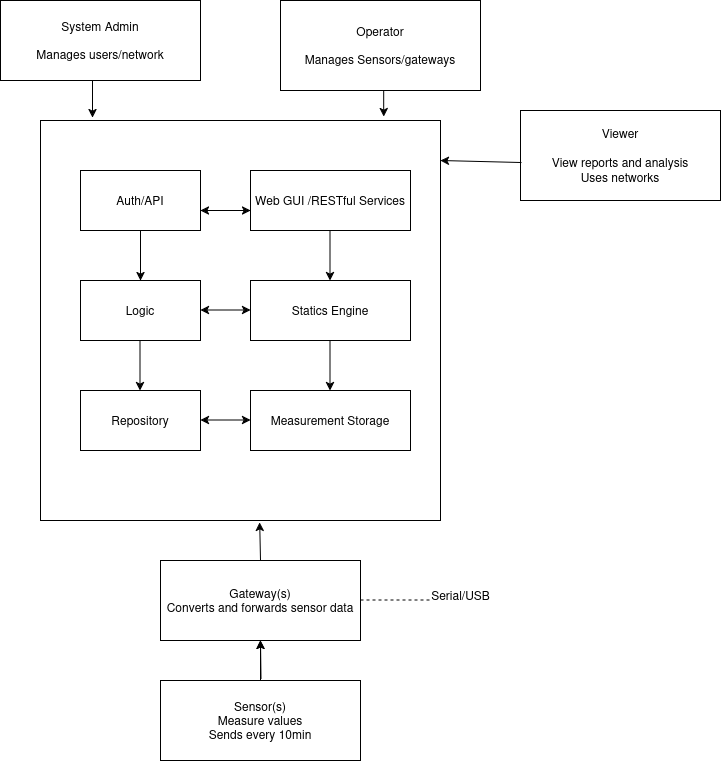
GameRule17/softeng1-exam-polito-geocontrol keeps this draw.io diagram as doc/img/English-SystemDesign.png. Above is the earlier version. Source tidied: cells renumbered, new cells last; positions are measured from the earlier drawing's top-left corner, leaving out a move shared by most shapes. Its diagram source:
```xml
<mxGraphModel>
  <root>
    <mxCell id="0" />
    <mxCell id="1" parent="0" />
    <mxCell id="2" value="&lt;div&gt;System Admin&lt;/div&gt;&lt;div&gt;&lt;br&gt;&lt;/div&gt;&lt;div&gt;Manages users/network&lt;/div&gt;" style="rounded=0;whiteSpace=wrap;html=1;" parent="1" vertex="1">
      <mxGeometry width="200" height="80" as="geometry" />
    </mxCell>
    <mxCell id="3" value="&lt;div&gt;Operator&lt;/div&gt;&lt;div&gt;&lt;br&gt;&lt;/div&gt;&lt;div&gt;Manages Sensors/gateways&lt;/div&gt;" style="rounded=0;whiteSpace=wrap;html=1;" parent="1" vertex="1">
      <mxGeometry x="280" width="200" height="90" as="geometry" />
    </mxCell>
    <mxCell id="4" style="whiteSpace=wrap;html=1;" parent="1" vertex="1">
      <mxGeometry x="40" y="120" width="400" height="400" as="geometry" />
    </mxCell>
    <mxCell id="5" style="edgeStyle=orthogonalEdgeStyle;rounded=0;jettySize=auto;html=1;exitX=0.5;exitY=1;exitDx=0;exitDy=0;entryX=0.13;entryY=-0.007;entryDx=0;entryDy=0;entryPerimeter=0;" parent="1" edge="1" source="2" target="4">
      <mxGeometry relative="1" as="geometry" />
    </mxCell>
    <mxCell id="6" style="edgeStyle=orthogonalEdgeStyle;rounded=0;jettySize=auto;html=1;exitX=0.5;exitY=1;exitDx=0;exitDy=0;entryX=0.858;entryY=-0.01;entryDx=0;entryDy=0;entryPerimeter=0;" parent="1" edge="1" source="3" target="4">
      <mxGeometry relative="1" as="geometry" />
    </mxCell>
    <mxCell id="7" value="Auth/API" style="rounded=0;whiteSpace=wrap;html=1;" parent="1" vertex="1">
      <mxGeometry x="80" y="170" width="120" height="60" as="geometry" />
    </mxCell>
    <mxCell id="8" value="Logic" style="rounded=0;whiteSpace=wrap;html=1;" parent="1" vertex="1">
      <mxGeometry x="80" y="280" width="120" height="60" as="geometry" />
    </mxCell>
    <mxCell id="9" value="Repository" style="rounded=0;whiteSpace=wrap;html=1;" parent="1" vertex="1">
      <mxGeometry x="80" y="390" width="120" height="60" as="geometry" />
    </mxCell>
    <mxCell id="10" value="Web GUI /RESTful Services" style="rounded=0;whiteSpace=wrap;html=1;" parent="1" vertex="1">
      <mxGeometry x="250" y="170" width="160" height="60" as="geometry" />
    </mxCell>
    <mxCell id="11" value="Statics Engine" style="rounded=0;whiteSpace=wrap;html=1;" parent="1" vertex="1">
      <mxGeometry x="250" y="280" width="160" height="60" as="geometry" />
    </mxCell>
    <mxCell id="12" value="Measurement Storage" style="rounded=0;whiteSpace=wrap;html=1;" parent="1" vertex="1">
      <mxGeometry x="250" y="390" width="160" height="60" as="geometry" />
    </mxCell>
    <mxCell id="13" style="endArrow=classic;startArrow=classic;html=1;rounded=0;" parent="1" edge="1">
      <mxGeometry relative="1" as="geometry">
        <mxPoint x="250" y="210" as="sourcePoint" />
        <mxPoint x="200" y="210" as="targetPoint" />
      </mxGeometry>
    </mxCell>
    <mxCell id="14" style="endArrow=classic;startArrow=classic;html=1;rounded=0;" parent="1" edge="1">
      <mxGeometry relative="1" as="geometry">
        <mxPoint x="250" y="309.5" as="sourcePoint" />
        <mxPoint x="200" y="309.5" as="targetPoint" />
      </mxGeometry>
    </mxCell>
    <mxCell id="15" style="endArrow=classic;startArrow=classic;html=1;rounded=0;" parent="1" edge="1">
      <mxGeometry relative="1" as="geometry">
        <mxPoint x="250" y="419.5" as="sourcePoint" />
        <mxPoint x="200" y="419.5" as="targetPoint" />
      </mxGeometry>
    </mxCell>
    <mxCell id="16" style="endArrow=classic;html=1;rounded=0;entryX=0.5;entryY=0;entryDx=0;entryDy=0;exitX=0.5;exitY=1;exitDx=0;exitDy=0;" parent="1" edge="1" source="7" target="8">
      <mxGeometry relative="1" as="geometry" />
    </mxCell>
    <mxCell id="17" style="endArrow=classic;html=1;rounded=0;entryX=0.5;entryY=0;entryDx=0;entryDy=0;exitX=0.5;exitY=1;exitDx=0;exitDy=0;" parent="1" edge="1">
      <mxGeometry relative="1" as="geometry">
        <mxPoint x="329.5" y="230" as="sourcePoint" />
        <mxPoint x="329.5" y="280" as="targetPoint" />
      </mxGeometry>
    </mxCell>
    <mxCell id="18" style="endArrow=classic;html=1;rounded=0;entryX=0.5;entryY=0;entryDx=0;entryDy=0;exitX=0.5;exitY=1;exitDx=0;exitDy=0;" parent="1" edge="1">
      <mxGeometry relative="1" as="geometry">
        <mxPoint x="139.5" y="340" as="sourcePoint" />
        <mxPoint x="139.5" y="390" as="targetPoint" />
      </mxGeometry>
    </mxCell>
    <mxCell id="19" style="endArrow=classic;html=1;rounded=0;entryX=0.5;entryY=0;entryDx=0;entryDy=0;exitX=0.5;exitY=1;exitDx=0;exitDy=0;" parent="1" edge="1">
      <mxGeometry relative="1" as="geometry">
        <mxPoint x="329.5" y="340" as="sourcePoint" />
        <mxPoint x="329.5" y="390" as="targetPoint" />
      </mxGeometry>
    </mxCell>
    <mxCell id="20" value="&lt;div&gt;Gateway(s)&lt;/div&gt;&lt;div&gt;Converts and forwards sensor data&lt;/div&gt;" style="rounded=0;whiteSpace=wrap;html=1;" parent="1" vertex="1">
      <mxGeometry x="160" y="560" width="200" height="80" as="geometry" />
    </mxCell>
    <mxCell id="21" style="edgeStyle=orthogonalEdgeStyle;rounded=0;jettySize=auto;html=1;" parent="1" edge="1" source="22" target="20">
      <mxGeometry relative="1" as="geometry" />
    </mxCell>
    <mxCell id="22" value="&lt;div&gt;Sensor(s)&lt;/div&gt;&lt;div&gt;Measure values&lt;/div&gt;&lt;div&gt;Sends every 10min&lt;/div&gt;" style="rounded=0;whiteSpace=wrap;html=1;" parent="1" vertex="1">
      <mxGeometry x="160" y="680" width="200" height="80" as="geometry" />
    </mxCell>
    <mxCell id="23" style="endArrow=classic;html=1;rounded=0;exitX=0.5;exitY=0;exitDx=0;exitDy=0;entryX=0.548;entryY=1.005;entryDx=0;entryDy=0;entryPerimeter=0;" parent="1" edge="1" source="20" target="4">
      <mxGeometry relative="1" as="geometry" />
    </mxCell>
    <mxCell id="24" style="endArrow=classic;html=1;rounded=0;exitX=0.5;exitY=0;exitDx=0;exitDy=0;entryX=0.5;entryY=1;entryDx=0;entryDy=0;" parent="1" edge="1" target="20">
      <mxGeometry relative="1" as="geometry">
        <mxPoint x="260.5" y="678" as="sourcePoint" />
      </mxGeometry>
    </mxCell>
    <mxCell id="25" style="endArrow=none;dashed=1;html=1;rounded=0;" parent="1" edge="1">
      <mxGeometry relative="1" as="geometry">
        <mxPoint x="360" y="599.5" as="sourcePoint" />
        <mxPoint x="430" y="599.5" as="targetPoint" />
      </mxGeometry>
    </mxCell>
    <mxCell id="26" value="Serial/USB" style="text;html=1;align=center;verticalAlign=middle;strokeColor=none;fillColor=none;" parent="1" vertex="1">
      <mxGeometry x="420" y="580" width="80" height="30" as="geometry" />
    </mxCell>
    <mxCell id="27" value="&lt;div&gt;Viewer&lt;/div&gt;&lt;div&gt;&lt;br&gt;&lt;/div&gt;&lt;div&gt;View reports and analysis&lt;/div&gt;&lt;div&gt;Uses networks &lt;br&gt;&lt;/div&gt;" style="rounded=0;whiteSpace=wrap;html=1;" parent="1" vertex="1">
      <mxGeometry x="520" y="110" width="200" height="90" as="geometry" />
    </mxCell>
    <mxCell id="28" style="endArrow=classic;html=1;rounded=0;exitX=0.005;exitY=0.578;exitDx=0;exitDy=0;exitPerimeter=0;" parent="1" edge="1" source="27">
      <mxGeometry relative="1" as="geometry">
        <mxPoint x="440" y="160" as="targetPoint" />
      </mxGeometry>
    </mxCell>
  </root>
</mxGraphModel>
```
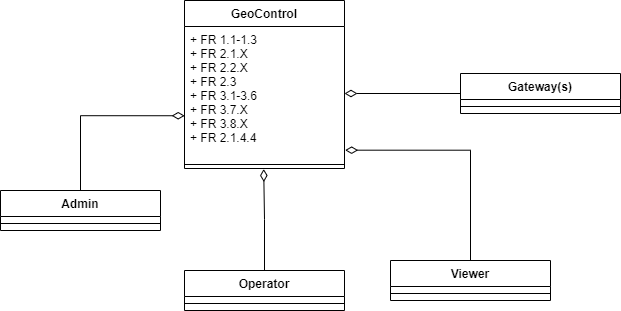
Above is the later version.

Diff of the diagram source:
```diff
@@ -1,112 +1,51 @@
 <mxGraphModel>
   <root>
-    <mxCell id="0" />
-    <mxCell id="1" parent="0" />
-    <mxCell id="2" value="&lt;div&gt;System Admin&lt;/div&gt;&lt;div&gt;&lt;br&gt;&lt;/div&gt;&lt;div&gt;Manages users/network&lt;/div&gt;" style="rounded=0;whiteSpace=wrap;html=1;" parent="1" vertex="1">
-      <mxGeometry width="200" height="80" as="geometry" />
-    </mxCell>
-    <mxCell id="3" value="&lt;div&gt;Operator&lt;/div&gt;&lt;div&gt;&lt;br&gt;&lt;/div&gt;&lt;div&gt;Manages Sensors/gateways&lt;/div&gt;" style="rounded=0;whiteSpace=wrap;html=1;" parent="1" vertex="1">
-      <mxGeometry x="280" width="200" height="90" as="geometry" />
-    </mxCell>
-    <mxCell id="4" style="whiteSpace=wrap;html=1;" parent="1" vertex="1">
-      <mxGeometry x="40" y="120" width="400" height="400" as="geometry" />
-    </mxCell>
-    <mxCell id="5" style="edgeStyle=orthogonalEdgeStyle;rounded=0;jettySize=auto;html=1;exitX=0.5;exitY=1;exitDx=0;exitDy=0;entryX=0.13;entryY=-0.007;entryDx=0;entryDy=0;entryPerimeter=0;" parent="1" edge="1" source="2" target="4">
-      <mxGeometry relative="1" as="geometry" />
-    </mxCell>
-    <mxCell id="6" style="edgeStyle=orthogonalEdgeStyle;rounded=0;jettySize=auto;html=1;exitX=0.5;exitY=1;exitDx=0;exitDy=0;entryX=0.858;entryY=-0.01;entryDx=0;entryDy=0;entryPerimeter=0;" parent="1" edge="1" source="3" target="4">
-      <mxGeometry relative="1" as="geometry" />
-    </mxCell>
-    <mxCell id="7" value="Auth/API" style="rounded=0;whiteSpace=wrap;html=1;" parent="1" vertex="1">
-      <mxGeometry x="80" y="170" width="120" height="60" as="geometry" />
-    </mxCell>
-    <mxCell id="8" value="Logic" style="rounded=0;whiteSpace=wrap;html=1;" parent="1" vertex="1">
-      <mxGeometry x="80" y="280" width="120" height="60" as="geometry" />
-    </mxCell>
-    <mxCell id="9" value="Repository" style="rounded=0;whiteSpace=wrap;html=1;" parent="1" vertex="1">
-      <mxGeometry x="80" y="390" width="120" height="60" as="geometry" />
-    </mxCell>
-    <mxCell id="10" value="Web GUI /RESTful Services" style="rounded=0;whiteSpace=wrap;html=1;" parent="1" vertex="1">
-      <mxGeometry x="250" y="170" width="160" height="60" as="geometry" />
-    </mxCell>
-    <mxCell id="11" value="Statics Engine" style="rounded=0;whiteSpace=wrap;html=1;" parent="1" vertex="1">
-      <mxGeometry x="250" y="280" width="160" height="60" as="geometry" />
-    </mxCell>
-    <mxCell id="12" value="Measurement Storage" style="rounded=0;whiteSpace=wrap;html=1;" parent="1" vertex="1">
-      <mxGeometry x="250" y="390" width="160" height="60" as="geometry" />
-    </mxCell>
-    <mxCell id="13" style="endArrow=classic;startArrow=classic;html=1;rounded=0;" parent="1" edge="1">
-      <mxGeometry relative="1" as="geometry">
-        <mxPoint x="250" y="210" as="sourcePoint" />
-        <mxPoint x="200" y="210" as="targetPoint" />
-      </mxGeometry>
-    </mxCell>
-    <mxCell id="14" style="endArrow=classic;startArrow=classic;html=1;rounded=0;" parent="1" edge="1">
-      <mxGeometry relative="1" as="geometry">
-        <mxPoint x="250" y="309.5" as="sourcePoint" />
-        <mxPoint x="200" y="309.5" as="targetPoint" />
-      </mxGeometry>
-    </mxCell>
-    <mxCell id="15" style="endArrow=classic;startArrow=classic;html=1;rounded=0;" parent="1" edge="1">
-      <mxGeometry relative="1" as="geometry">
-        <mxPoint x="250" y="419.5" as="sourcePoint" />
-        <mxPoint x="200" y="419.5" as="targetPoint" />
-      </mxGeometry>
-    </mxCell>
-    <mxCell id="16" style="endArrow=classic;html=1;rounded=0;entryX=0.5;entryY=0;entryDx=0;entryDy=0;exitX=0.5;exitY=1;exitDx=0;exitDy=0;" parent="1" edge="1" source="7" target="8">
-      <mxGeometry relative="1" as="geometry" />
-    </mxCell>
-    <mxCell id="17" style="endArrow=classic;html=1;rounded=0;entryX=0.5;entryY=0;entryDx=0;entryDy=0;exitX=0.5;exitY=1;exitDx=0;exitDy=0;" parent="1" edge="1">
-      <mxGeometry relative="1" as="geometry">
-        <mxPoint x="329.5" y="230" as="sourcePoint" />
-        <mxPoint x="329.5" y="280" as="targetPoint" />
-      </mxGeometry>
-    </mxCell>
-    <mxCell id="18" style="endArrow=classic;html=1;rounded=0;entryX=0.5;entryY=0;entryDx=0;entryDy=0;exitX=0.5;exitY=1;exitDx=0;exitDy=0;" parent="1" edge="1">
-      <mxGeometry relative="1" as="geometry">
-        <mxPoint x="139.5" y="340" as="sourcePoint" />
-        <mxPoint x="139.5" y="390" as="targetPoint" />
-      </mxGeometry>
-    </mxCell>
-    <mxCell id="19" style="endArrow=classic;html=1;rounded=0;entryX=0.5;entryY=0;entryDx=0;entryDy=0;exitX=0.5;exitY=1;exitDx=0;exitDy=0;" parent="1" edge="1">
-      <mxGeometry relative="1" as="geometry">
-        <mxPoint x="329.5" y="340" as="sourcePoint" />
-        <mxPoint x="329.5" y="390" as="targetPoint" />
-      </mxGeometry>
-    </mxCell>
-    <mxCell id="20" value="&lt;div&gt;Gateway(s)&lt;/div&gt;&lt;div&gt;Converts and forwards sensor data&lt;/div&gt;" style="rounded=0;whiteSpace=wrap;html=1;" parent="1" vertex="1">
-      <mxGeometry x="160" y="560" width="200" height="80" as="geometry" />
-    </mxCell>
-    <mxCell id="21" style="edgeStyle=orthogonalEdgeStyle;rounded=0;jettySize=auto;html=1;" parent="1" edge="1" source="22" target="20">
-      <mxGeometry relative="1" as="geometry" />
-    </mxCell>
-    <mxCell id="22" value="&lt;div&gt;Sensor(s)&lt;/div&gt;&lt;div&gt;Measure values&lt;/div&gt;&lt;div&gt;Sends every 10min&lt;/div&gt;" style="rounded=0;whiteSpace=wrap;html=1;" parent="1" vertex="1">
-      <mxGeometry x="160" y="680" width="200" height="80" as="geometry" />
-    </mxCell>
-    <mxCell id="23" style="endArrow=classic;html=1;rounded=0;exitX=0.5;exitY=0;exitDx=0;exitDy=0;entryX=0.548;entryY=1.005;entryDx=0;entryDy=0;entryPerimeter=0;" parent="1" edge="1" source="20" target="4">
-      <mxGeometry relative="1" as="geometry" />
-    </mxCell>
-    <mxCell id="24" style="endArrow=classic;html=1;rounded=0;exitX=0.5;exitY=0;exitDx=0;exitDy=0;entryX=0.5;entryY=1;entryDx=0;entryDy=0;" parent="1" edge="1" target="20">
-      <mxGeometry relative="1" as="geometry">
-        <mxPoint x="260.5" y="678" as="sourcePoint" />
-      </mxGeometry>
-    </mxCell>
-    <mxCell id="25" style="endArrow=none;dashed=1;html=1;rounded=0;" parent="1" edge="1">
-      <mxGeometry relative="1" as="geometry">
-        <mxPoint x="360" y="599.5" as="sourcePoint" />
-        <mxPoint x="430" y="599.5" as="targetPoint" />
-      </mxGeometry>
-    </mxCell>
-    <mxCell id="26" value="Serial/USB" style="text;html=1;align=center;verticalAlign=middle;strokeColor=none;fillColor=none;" parent="1" vertex="1">
-      <mxGeometry x="420" y="580" width="80" height="30" as="geometry" />
-    </mxCell>
-    <mxCell id="27" value="&lt;div&gt;Viewer&lt;/div&gt;&lt;div&gt;&lt;br&gt;&lt;/div&gt;&lt;div&gt;View reports and analysis&lt;/div&gt;&lt;div&gt;Uses networks &lt;br&gt;&lt;/div&gt;" style="rounded=0;whiteSpace=wrap;html=1;" parent="1" vertex="1">
-      <mxGeometry x="520" y="110" width="200" height="90" as="geometry" />
-    </mxCell>
-    <mxCell id="28" style="endArrow=classic;html=1;rounded=0;exitX=0.005;exitY=0.578;exitDx=0;exitDy=0;exitPerimeter=0;" parent="1" edge="1" source="27">
-      <mxGeometry relative="1" as="geometry">
-        <mxPoint x="440" y="160" as="targetPoint" />
-      </mxGeometry>
-    </mxCell>
+    <mxCell id="29" />
+    <mxCell id="30" parent="29" />
+    <mxCell id="31" value="GeoControl" style="swimlane;fontStyle=1;align=center;verticalAlign=top;horizontal=1;startSize=26;rounded=0;shadow=0;strokeWidth=1;" parent="30" vertex="1">
+      <mxGeometry x="54" y="180" width="160" height="168" as="geometry" />
+    </mxCell>
+    <mxCell id="32" value="+ FR 1.1-1.3&#10;+ FR 2.1.X&#10;+ FR 2.2.X&#10;+ FR 2.3&#10;+ FR 3.1-3.6&#10;+ FR 3.7.X&#10;+ FR 3.8.X&#10;+ FR 2.1.4.4" style="text;align=left;verticalAlign=top;spacingLeft=4;spacingRight=4;overflow=hidden;points=[[0,0.5],[1,0.5]];portConstraint=eastwest;" parent="31" vertex="1">
+      <mxGeometry y="26" width="160" height="134" as="geometry" />
+    </mxCell>
+    <mxCell id="33" style="line;html=1;strokeWidth=1;align=left;verticalAlign=middle;spacingTop=-1;spacingLeft=3;spacingRight=3;labelPosition=right;points=[];portConstraint=eastwest;" parent="31" vertex="1">
+      <mxGeometry y="160" width="160" height="8" as="geometry" />
+    </mxCell>
+    <mxCell id="34" style="edgeStyle=orthogonalEdgeStyle;rounded=0;jettySize=auto;html=1;exitX=0.5;exitY=0;exitDx=0;exitDy=0;entryX=0.001;entryY=0.666;entryDx=0;entryDy=0;entryPerimeter=0;endSize=10;endArrow=diamondThin;endFill=0;" parent="30" edge="1" source="35" target="32">
+      <mxGeometry relative="1" as="geometry" />
+    </mxCell>
+    <mxCell id="35" value="Admin" style="swimlane;fontStyle=1;align=center;verticalAlign=top;horizontal=1;startSize=26;rounded=0;shadow=0;strokeWidth=1;" parent="30" vertex="1">
+      <mxGeometry x="-130" y="370" width="160" height="40" as="geometry" />
+    </mxCell>
+    <mxCell id="36" style="line;html=1;strokeWidth=1;align=left;verticalAlign=middle;spacingTop=-1;spacingLeft=3;spacingRight=3;labelPosition=right;" parent="35" vertex="1">
+      <mxGeometry y="26" width="160" height="14" as="geometry" />
+    </mxCell>
+    <mxCell id="37" style="edgeStyle=orthogonalEdgeStyle;rounded=0;jettySize=auto;html=1;exitX=0.5;exitY=0;exitDx=0;exitDy=0;entryX=0.495;entryY=1.066;entryDx=0;entryDy=0;entryPerimeter=0;endArrow=diamondThin;endFill=0;endSize=10;" parent="30" edge="1" source="38" target="33">
+      <mxGeometry relative="1" as="geometry" />
+    </mxCell>
+    <mxCell id="38" value="Operator" style="swimlane;fontStyle=1;align=center;verticalAlign=top;horizontal=1;startSize=26;rounded=0;shadow=0;strokeWidth=1;" parent="30" vertex="1">
+      <mxGeometry x="54" y="450" width="160" height="40" as="geometry" />
+    </mxCell>
+    <mxCell id="39" style="line;html=1;strokeWidth=1;align=left;verticalAlign=middle;spacingTop=-1;spacingLeft=3;spacingRight=3;labelPosition=right;" parent="38" vertex="1">
+      <mxGeometry y="26" width="160" height="14" as="geometry" />
+    </mxCell>
+    <mxCell id="40" style="edgeStyle=orthogonalEdgeStyle;rounded=0;jettySize=auto;html=1;exitX=0.5;exitY=0;exitDx=0;exitDy=0;entryX=1.004;entryY=0.923;entryDx=0;entryDy=0;entryPerimeter=0;endArrow=diamondThin;endFill=0;endSize=10;" parent="30" edge="1" source="41" target="32">
+      <mxGeometry relative="1" as="geometry" />
+    </mxCell>
+    <mxCell id="41" value="Viewer" style="swimlane;fontStyle=1;align=center;verticalAlign=top;horizontal=1;startSize=26;rounded=0;shadow=0;strokeWidth=1;" parent="30" vertex="1">
+      <mxGeometry x="260" y="440" width="160" height="40" as="geometry" />
+    </mxCell>
+    <mxCell id="42" style="line;html=1;strokeWidth=1;align=left;verticalAlign=middle;spacingTop=-1;spacingLeft=3;spacingRight=3;labelPosition=right;" parent="41" vertex="1">
+      <mxGeometry y="26" width="160" height="14" as="geometry" />
+    </mxCell>
+    <mxCell id="43" style="edgeStyle=orthogonalEdgeStyle;rounded=0;jettySize=auto;html=1;entryX=1;entryY=0.5;entryDx=0;entryDy=0;endArrow=diamondThin;endFill=0;targetPerimeterSpacing=0;strokeWidth=1;sourcePerimeterSpacing=0;endSize=10;" parent="30" edge="1" source="44" target="32">
+      <mxGeometry relative="1" as="geometry" />
+    </mxCell>
+    <mxCell id="44" value="Gateway(s)" style="swimlane;fontStyle=1;align=center;verticalAlign=top;horizontal=1;startSize=26;rounded=0;shadow=0;strokeWidth=1;" parent="30" vertex="1">
+      <mxGeometry x="330" y="253" width="160" height="40" as="geometry" />
+    </mxCell>
+    <mxCell id="45" style="line;html=1;strokeWidth=1;align=left;verticalAlign=middle;spacingTop=-1;spacingLeft=3;spacingRight=3;labelPosition=right;" parent="44" vertex="1">
+      <mxGeometry y="26" width="160" height="14" as="geometry" />
+    </mxCell>
   </root>
 </mxGraphModel>
```
